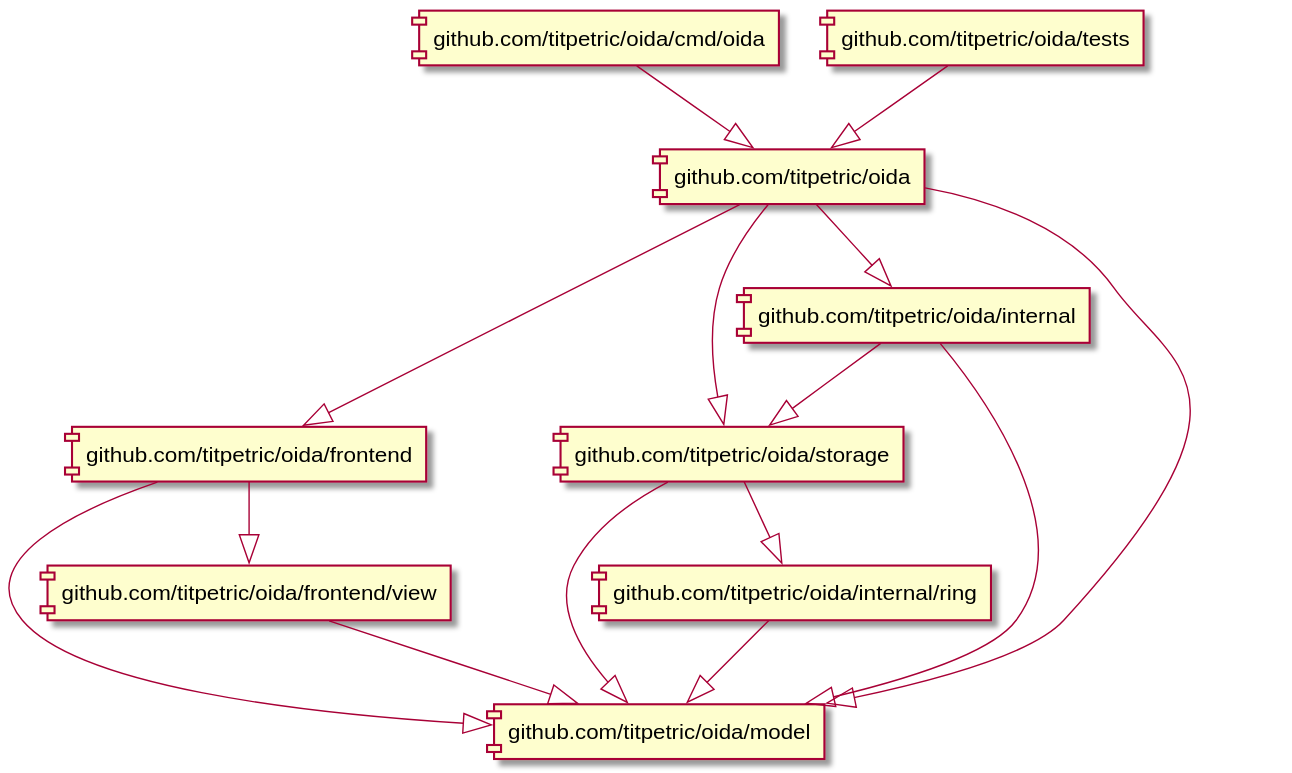
Earlier version of the PlantUML export docs/assets/imports.svg (titpetric/oida).
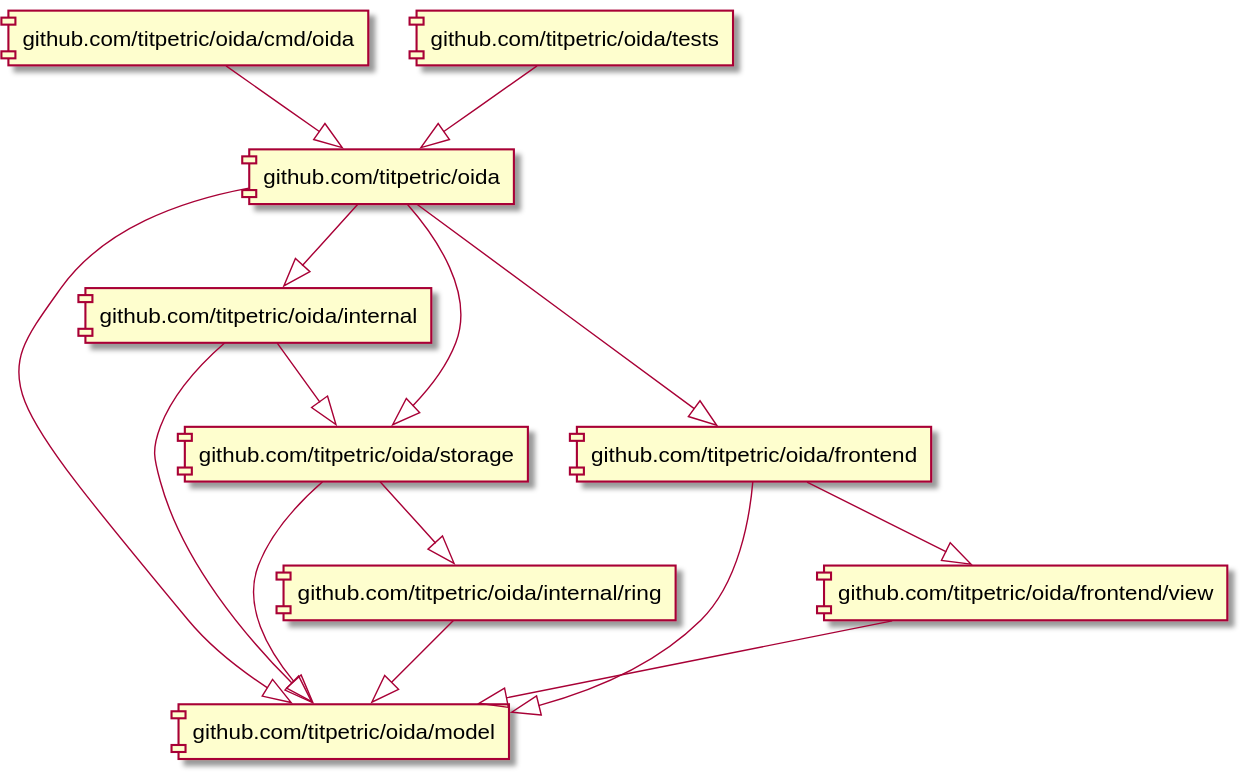
After the change.

Diff of the diagram source:
```diff
@@ -1,16 +1,16 @@
 @startuml
-[github.com/titpetric/oida] --|> [github.com/titpetric/oida/storage]
-[github.com/titpetric/oida] --|> [github.com/titpetric/oida/frontend]
 [github.com/titpetric/oida] --|> [github.com/titpetric/oida/model]
 [github.com/titpetric/oida] --|> [github.com/titpetric/oida/internal]
+[github.com/titpetric/oida] --|> [github.com/titpetric/oida/frontend]
+[github.com/titpetric/oida] --|> [github.com/titpetric/oida/storage]
 [github.com/titpetric/oida/cmd/oida] --|> [github.com/titpetric/oida]
+[github.com/titpetric/oida/frontend] --|> [github.com/titpetric/oida/model]
 [github.com/titpetric/oida/frontend] --|> [github.com/titpetric/oida/frontend/view]
-[github.com/titpetric/oida/frontend] --|> [github.com/titpetric/oida/model]
 [github.com/titpetric/oida/frontend/view] --|> [github.com/titpetric/oida/model]
+[github.com/titpetric/oida/internal] --|> [github.com/titpetric/oida/storage]
 [github.com/titpetric/oida/internal] --|> [github.com/titpetric/oida/model]
-[github.com/titpetric/oida/internal] --|> [github.com/titpetric/oida/storage]
 [github.com/titpetric/oida/internal/ring] --|> [github.com/titpetric/oida/model]
+[github.com/titpetric/oida/storage] --|> [github.com/titpetric/oida/model]
 [github.com/titpetric/oida/storage] --|> [github.com/titpetric/oida/internal/ring]
-[github.com/titpetric/oida/storage] --|> [github.com/titpetric/oida/model]
 [github.com/titpetric/oida/tests] --|> [github.com/titpetric/oida]
 @enduml
```
